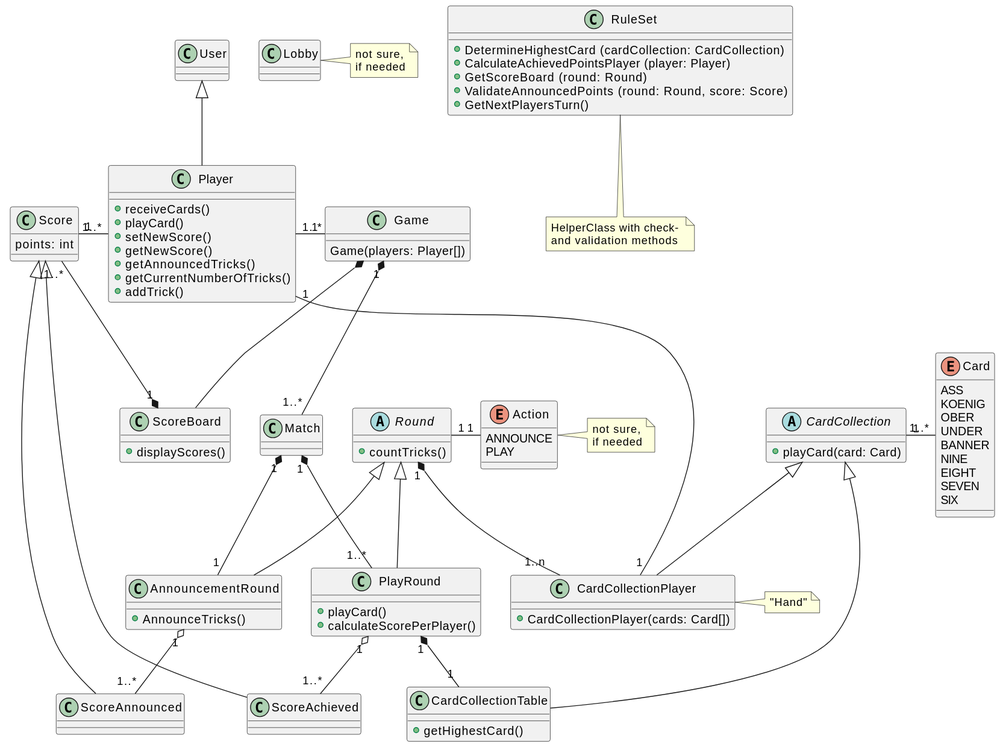
Above: pr33-classes.svg in sopra-fs22-group-36/screw-your-neighbor-server (PlantUML), before the change.
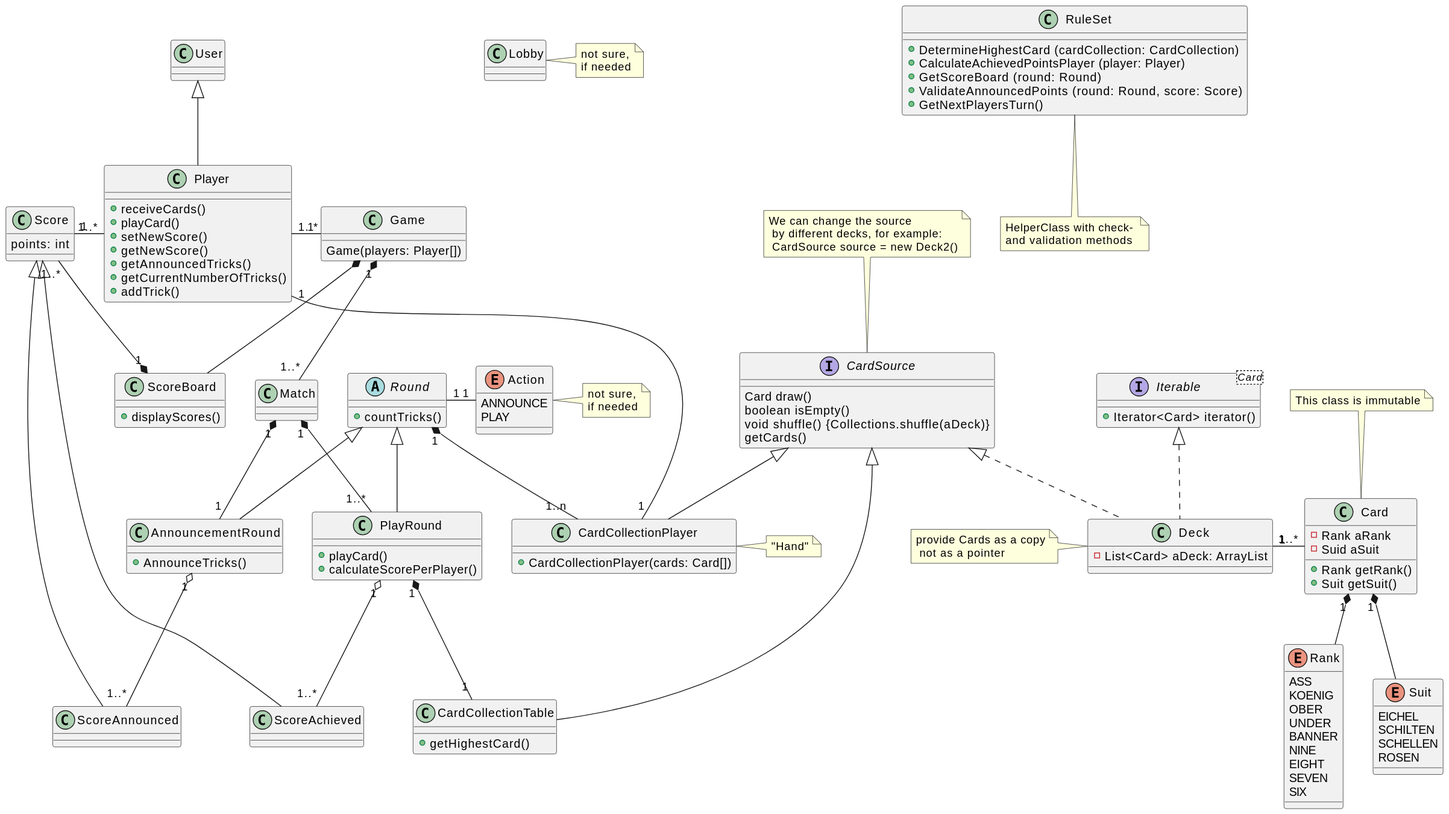
Above is the later version.

Change to the diagram source:
```diff
@@ -1,6 +1,9 @@
 @startuml
 
-
+CardSource <|.. Deck
+Iterable <|.. Deck
+Card "1" *-- Rank
+Card "1" *-- Suit
 Game "1" *-- "1..*" Match
 Game *-- ScoreBoard
 Score "1" - "1..*" Player
@@ -15,13 +18,13 @@
 Round <|-- PlayRound
 Score <|-- ScoreAnnounced
 Score <|-- ScoreAchieved
-CardCollection <|-- CardCollectionPlayer
-CardCollection <|-- CardCollectionTable
+CardSource <|-- CardCollectionPlayer
+CardSource <|-- CardCollectionTable
 
 Player "1..*" - "1" Game
 Player "1" - "1" CardCollectionPlayer
 PlayRound "1" *-- "1" CardCollectionTable
-CardCollection "1" - "1..*" Card
+Deck "1" - "1..*" Card
 Round "1" - "1" Action
 
 class Player {
@@ -55,11 +58,11 @@
 note bottom of RuleSet: HelperClass with check- \nand validation methods
 
 class ScoreBoard {
-+displayScores()
+    +displayScores()
 }
 
 class Score {
-points: int
+    points: int
 }
 
 class ScoreAnnounced {
@@ -75,48 +78,77 @@
 }
 
 abstract class Round {
-+ countTricks()
+    + countTricks()
 }
 
 class AnnouncementRound {
-+ AnnounceTricks()
+    + AnnounceTricks()
 }
 
 class PlayRound {
-+ playCard()
-+ calculateScorePerPlayer()
+    + playCard()
+    + calculateScorePerPlayer()
 }
 
-enum Card {
-ASS
-KOENIG
-OBER
-UNDER
-BANNER
-NINE
-EIGHT
-SEVEN
-SIX
+enum Rank {
+    ASS
+    KOENIG
+    OBER
+    UNDER
+    BANNER
+    NINE
+    EIGHT
+    SEVEN
+    SIX
 }
 
+enum Suit {
+    EICHEL
+    SCHILTEN
+    SCHELLEN
+    ROSEN
+}
+
+class Card {
+    - Rank aRank
+    - Suid aSuit
+    + Rank getRank()
+    + Suit getSuit()
+}
+note top of Card: This class is immutable
+
 enum Action {
-ANNOUNCE
-PLAY
+    ANNOUNCE
+    PLAY
 }
 note right of Action: not sure,\nif needed
 
 
-abstract class CardCollection{
-+ playCard(card: Card)
+interface CardSource {
+    Card draw()
+    boolean isEmpty()
+    void shuffle() {Collections.shuffle(aDeck)}
+    getCards()
+}
+note top of CardSource: We can change the source\n by different decks, for example:\n CardSource source = new Deck2()
+
+interface Iterable<Card> {
+    + Iterator<Card> iterator()
 }
 
+class Deck {
+    - List<Card> aDeck: ArrayList
+}
+note left of Deck: provide Cards as a copy\n not as a pointer
+
 class CardCollectionPlayer {
-+ CardCollectionPlayer(cards: Card[])
+    + CardCollectionPlayer(cards: Card[])
 }
 note right of CardCollectionPlayer: "Hand"
 
 class CardCollectionTable {
-+getHighestCard()
+    + getHighestCard()
+
 }
 
 @enduml
```
